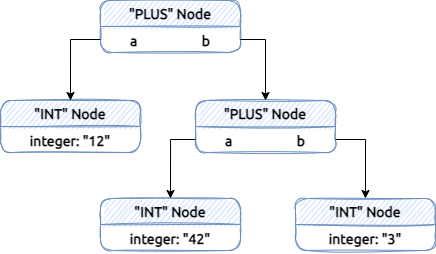
Earlier version of the draw.io export doc/overrides/assets/images/ast-1.png (strblr/pegase). Source tidied: cells renumbered, new cells last; positions are measured from the earlier drawing's top-left corner, leaving out a move shared by most shapes. Its diagram source:
```xml
<mxGraphModel>
  <root>
    <mxCell id="0" />
    <mxCell id="1" parent="0" />
    <mxCell id="2" value="&quot;PLUS&quot; Node" style="swimlane;fontStyle=1;horizontal=1;startSize=26;fillColor=#dae8fc;strokeColor=#6c8ebf;sketch=1;rounded=1;fontFamily=Ubuntu;fontSource=https%3A%2F%2Ffonts.googleapis.com%2Fcss%3Ffamily%3DUbuntu;fontSize=14;align=center;glass=0;" parent="1" vertex="1">
      <mxGeometry x="100" width="140" height="52" as="geometry" />
    </mxCell>
    <mxCell id="3" value="a                    b" style="text;strokeColor=none;fillColor=none;align=center;verticalAlign=top;spacingLeft=4;spacingRight=4;overflow=hidden;points=[[0,0.5],[1,0.5]];portConstraint=eastwest;fontFamily=Ubuntu;fontSource=https%3A%2F%2Ffonts.googleapis.com%2Fcss%3Ffamily%3DUbuntu;fontSize=14;fontStyle=1;" parent="2" vertex="1">
      <mxGeometry y="26" width="140" height="26" as="geometry" />
    </mxCell>
    <mxCell id="4" value="&quot;INT&quot; Node" style="swimlane;fontStyle=1;horizontal=1;startSize=26;fillColor=#dae8fc;strokeColor=#6c8ebf;sketch=1;rounded=1;fontFamily=Ubuntu;fontSource=https%3A%2F%2Ffonts.googleapis.com%2Fcss%3Ffamily%3DUbuntu;fontSize=14;align=center;" parent="1" vertex="1">
      <mxGeometry y="100" width="140" height="52" as="geometry" />
    </mxCell>
    <mxCell id="5" value="integer: &quot;12&quot;" style="text;strokeColor=none;fillColor=none;align=center;verticalAlign=top;spacingLeft=4;spacingRight=4;overflow=hidden;fontFamily=Ubuntu;fontSource=https%3A%2F%2Ffonts.googleapis.com%2Fcss%3Ffamily%3DUbuntu;fontSize=14;fontStyle=1;" parent="4" vertex="1">
      <mxGeometry y="26" width="140" height="26" as="geometry" />
    </mxCell>
    <mxCell id="6" value="&quot;INT&quot; Node" style="swimlane;fontStyle=1;horizontal=1;startSize=26;fillColor=#dae8fc;strokeColor=#6c8ebf;sketch=1;rounded=1;fontFamily=Ubuntu;fontSource=https%3A%2F%2Ffonts.googleapis.com%2Fcss%3Ffamily%3DUbuntu;fontSize=14;align=center;" parent="1" vertex="1">
      <mxGeometry x="100" y="198" width="140" height="52" as="geometry" />
    </mxCell>
    <mxCell id="7" value="integer: &quot;42&quot;" style="text;strokeColor=none;fillColor=none;align=center;verticalAlign=top;spacingLeft=4;spacingRight=4;overflow=hidden;fontFamily=Ubuntu;fontSource=https%3A%2F%2Ffonts.googleapis.com%2Fcss%3Ffamily%3DUbuntu;fontSize=14;fontStyle=1;" parent="6" vertex="1">
      <mxGeometry y="26" width="140" height="26" as="geometry" />
    </mxCell>
    <mxCell id="8" value="&quot;INT&quot; Node" style="swimlane;fontStyle=1;horizontal=1;startSize=26;fillColor=#dae8fc;strokeColor=#6c8ebf;sketch=1;rounded=1;fontFamily=Ubuntu;fontSource=https%3A%2F%2Ffonts.googleapis.com%2Fcss%3Ffamily%3DUbuntu;fontSize=14;align=center;" parent="1" vertex="1">
      <mxGeometry x="295" y="198" width="140" height="52" as="geometry" />
    </mxCell>
    <mxCell id="9" value="integer: &quot;3&quot;" style="text;strokeColor=none;fillColor=none;align=center;verticalAlign=top;spacingLeft=4;spacingRight=4;overflow=hidden;fontFamily=Ubuntu;fontSource=https%3A%2F%2Ffonts.googleapis.com%2Fcss%3Ffamily%3DUbuntu;fontSize=14;fontStyle=1;" parent="8" vertex="1">
      <mxGeometry y="26" width="140" height="26" as="geometry" />
    </mxCell>
    <mxCell id="10" value="&quot;PLUS&quot; Node" style="swimlane;fontStyle=1;horizontal=1;startSize=26;fillColor=#dae8fc;strokeColor=#6c8ebf;sketch=1;rounded=1;fontFamily=Ubuntu;fontSource=https%3A%2F%2Ffonts.googleapis.com%2Fcss%3Ffamily%3DUbuntu;fontSize=14;align=center;glass=0;" parent="1" vertex="1">
      <mxGeometry x="195" y="100" width="140" height="52" as="geometry" />
    </mxCell>
    <mxCell id="11" value="a                    b" style="text;strokeColor=none;fillColor=none;align=center;verticalAlign=top;spacingLeft=4;spacingRight=4;overflow=hidden;points=[[0,0.5],[1,0.5]];portConstraint=eastwest;fontFamily=Ubuntu;fontSource=https%3A%2F%2Ffonts.googleapis.com%2Fcss%3Ffamily%3DUbuntu;fontSize=14;fontStyle=1;" parent="10" vertex="1">
      <mxGeometry y="26" width="140" height="26" as="geometry" />
    </mxCell>
    <mxCell id="12" style="edgeStyle=orthogonalEdgeStyle;rounded=0;jettySize=auto;html=1;exitX=0;exitY=0.5;exitDx=0;exitDy=0;entryX=0.5;entryY=0;entryDx=0;entryDy=0;fontFamily=Ubuntu;fontSource=https%3A%2F%2Ffonts.googleapis.com%2Fcss%3Ffamily%3DUbuntu;fontSize=14;align=center;" parent="1" edge="1" source="3" target="4">
      <mxGeometry relative="1" as="geometry" />
    </mxCell>
    <mxCell id="13" style="edgeStyle=orthogonalEdgeStyle;rounded=0;jettySize=auto;html=1;exitX=1;exitY=0.5;exitDx=0;exitDy=0;entryX=0.5;entryY=0;entryDx=0;entryDy=0;fontFamily=Ubuntu;fontSource=https%3A%2F%2Ffonts.googleapis.com%2Fcss%3Ffamily%3DUbuntu;fontSize=14;align=center;" parent="1" edge="1" source="3" target="10">
      <mxGeometry relative="1" as="geometry" />
    </mxCell>
    <mxCell id="14" style="edgeStyle=orthogonalEdgeStyle;rounded=0;jettySize=auto;html=1;exitX=0;exitY=0.5;exitDx=0;exitDy=0;entryX=0.5;entryY=0;entryDx=0;entryDy=0;fontFamily=Ubuntu;fontSource=https%3A%2F%2Ffonts.googleapis.com%2Fcss%3Ffamily%3DUbuntu;fontSize=14;align=center;" parent="1" edge="1" source="11" target="6">
      <mxGeometry relative="1" as="geometry" />
    </mxCell>
    <mxCell id="15" style="edgeStyle=orthogonalEdgeStyle;rounded=0;jettySize=auto;html=1;exitX=1;exitY=0.5;exitDx=0;exitDy=0;entryX=0.5;entryY=0;entryDx=0;entryDy=0;fontFamily=Ubuntu;fontSource=https%3A%2F%2Ffonts.googleapis.com%2Fcss%3Ffamily%3DUbuntu;fontSize=14;align=center;" parent="1" edge="1" source="11" target="8">
      <mxGeometry relative="1" as="geometry" />
    </mxCell>
  </root>
</mxGraphModel>
```
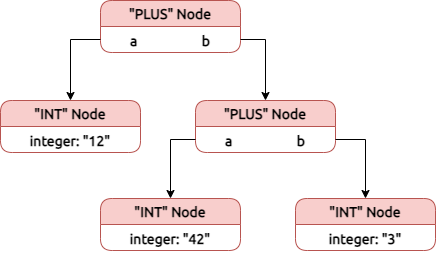
The same file after the commit.

What changed in the source:
```diff
@@ -2,46 +2,46 @@
   <root>
     <mxCell id="0" />
     <mxCell id="1" parent="0" />
-    <mxCell id="2" value="&quot;PLUS&quot; Node" style="swimlane;fontStyle=1;horizontal=1;startSize=26;fillColor=#dae8fc;strokeColor=#6c8ebf;sketch=1;rounded=1;fontFamily=Ubuntu;fontSource=https%3A%2F%2Ffonts.googleapis.com%2Fcss%3Ffamily%3DUbuntu;fontSize=14;align=center;glass=0;" parent="1" vertex="1">
+    <mxCell id="2" value="&quot;PLUS&quot; Node" style="swimlane;fontStyle=1;horizontal=1;startSize=26;fillColor=#f8cecc;strokeColor=#b85450;sketch=0;rounded=1;fontFamily=Ubuntu;fontSource=https%3A%2F%2Ffonts.googleapis.com%2Fcss%3Ffamily%3DUbuntu;fontSize=14;align=center;glass=0;" parent="1" vertex="1">
       <mxGeometry x="100" width="140" height="52" as="geometry" />
     </mxCell>
-    <mxCell id="3" value="a                    b" style="text;strokeColor=none;fillColor=none;align=center;verticalAlign=top;spacingLeft=4;spacingRight=4;overflow=hidden;points=[[0,0.5],[1,0.5]];portConstraint=eastwest;fontFamily=Ubuntu;fontSource=https%3A%2F%2Ffonts.googleapis.com%2Fcss%3Ffamily%3DUbuntu;fontSize=14;fontStyle=1;" parent="2" vertex="1">
+    <mxCell id="3" value="a                    b" style="text;strokeColor=none;fillColor=none;align=center;verticalAlign=top;spacingLeft=4;spacingRight=4;overflow=hidden;points=[[0,0.5],[1,0.5]];portConstraint=eastwest;fontFamily=Ubuntu;fontSource=https%3A%2F%2Ffonts.googleapis.com%2Fcss%3Ffamily%3DUbuntu;fontSize=14;fontStyle=1;sketch=0;" parent="2" vertex="1">
       <mxGeometry y="26" width="140" height="26" as="geometry" />
     </mxCell>
-    <mxCell id="4" value="&quot;INT&quot; Node" style="swimlane;fontStyle=1;horizontal=1;startSize=26;fillColor=#dae8fc;strokeColor=#6c8ebf;sketch=1;rounded=1;fontFamily=Ubuntu;fontSource=https%3A%2F%2Ffonts.googleapis.com%2Fcss%3Ffamily%3DUbuntu;fontSize=14;align=center;" parent="1" vertex="1">
+    <mxCell id="4" value="&quot;INT&quot; Node" style="swimlane;fontStyle=1;horizontal=1;startSize=26;fillColor=#f8cecc;strokeColor=#b85450;sketch=0;rounded=1;fontFamily=Ubuntu;fontSource=https%3A%2F%2Ffonts.googleapis.com%2Fcss%3Ffamily%3DUbuntu;fontSize=14;align=center;" parent="1" vertex="1">
       <mxGeometry y="100" width="140" height="52" as="geometry" />
     </mxCell>
-    <mxCell id="5" value="integer: &quot;12&quot;" style="text;strokeColor=none;fillColor=none;align=center;verticalAlign=top;spacingLeft=4;spacingRight=4;overflow=hidden;fontFamily=Ubuntu;fontSource=https%3A%2F%2Ffonts.googleapis.com%2Fcss%3Ffamily%3DUbuntu;fontSize=14;fontStyle=1;" parent="4" vertex="1">
+    <mxCell id="5" value="integer: &quot;12&quot;" style="text;strokeColor=none;fillColor=none;align=center;verticalAlign=top;spacingLeft=4;spacingRight=4;overflow=hidden;fontFamily=Ubuntu;fontSource=https%3A%2F%2Ffonts.googleapis.com%2Fcss%3Ffamily%3DUbuntu;fontSize=14;fontStyle=1;sketch=0;" parent="4" vertex="1">
       <mxGeometry y="26" width="140" height="26" as="geometry" />
     </mxCell>
-    <mxCell id="6" value="&quot;INT&quot; Node" style="swimlane;fontStyle=1;horizontal=1;startSize=26;fillColor=#dae8fc;strokeColor=#6c8ebf;sketch=1;rounded=1;fontFamily=Ubuntu;fontSource=https%3A%2F%2Ffonts.googleapis.com%2Fcss%3Ffamily%3DUbuntu;fontSize=14;align=center;" parent="1" vertex="1">
+    <mxCell id="6" value="&quot;INT&quot; Node" style="swimlane;fontStyle=1;horizontal=1;startSize=26;fillColor=#f8cecc;strokeColor=#b85450;sketch=0;rounded=1;fontFamily=Ubuntu;fontSource=https%3A%2F%2Ffonts.googleapis.com%2Fcss%3Ffamily%3DUbuntu;fontSize=14;align=center;" parent="1" vertex="1">
       <mxGeometry x="100" y="198" width="140" height="52" as="geometry" />
     </mxCell>
-    <mxCell id="7" value="integer: &quot;42&quot;" style="text;strokeColor=none;fillColor=none;align=center;verticalAlign=top;spacingLeft=4;spacingRight=4;overflow=hidden;fontFamily=Ubuntu;fontSource=https%3A%2F%2Ffonts.googleapis.com%2Fcss%3Ffamily%3DUbuntu;fontSize=14;fontStyle=1;" parent="6" vertex="1">
+    <mxCell id="7" value="integer: &quot;42&quot;" style="text;strokeColor=none;fillColor=none;align=center;verticalAlign=top;spacingLeft=4;spacingRight=4;overflow=hidden;fontFamily=Ubuntu;fontSource=https%3A%2F%2Ffonts.googleapis.com%2Fcss%3Ffamily%3DUbuntu;fontSize=14;fontStyle=1;sketch=0;" parent="6" vertex="1">
       <mxGeometry y="26" width="140" height="26" as="geometry" />
     </mxCell>
-    <mxCell id="8" value="&quot;INT&quot; Node" style="swimlane;fontStyle=1;horizontal=1;startSize=26;fillColor=#dae8fc;strokeColor=#6c8ebf;sketch=1;rounded=1;fontFamily=Ubuntu;fontSource=https%3A%2F%2Ffonts.googleapis.com%2Fcss%3Ffamily%3DUbuntu;fontSize=14;align=center;" parent="1" vertex="1">
+    <mxCell id="8" value="&quot;INT&quot; Node" style="swimlane;fontStyle=1;horizontal=1;startSize=26;fillColor=#f8cecc;strokeColor=#b85450;sketch=0;rounded=1;fontFamily=Ubuntu;fontSource=https%3A%2F%2Ffonts.googleapis.com%2Fcss%3Ffamily%3DUbuntu;fontSize=14;align=center;" parent="1" vertex="1">
       <mxGeometry x="295" y="198" width="140" height="52" as="geometry" />
     </mxCell>
-    <mxCell id="9" value="integer: &quot;3&quot;" style="text;strokeColor=none;fillColor=none;align=center;verticalAlign=top;spacingLeft=4;spacingRight=4;overflow=hidden;fontFamily=Ubuntu;fontSource=https%3A%2F%2Ffonts.googleapis.com%2Fcss%3Ffamily%3DUbuntu;fontSize=14;fontStyle=1;" parent="8" vertex="1">
+    <mxCell id="9" value="integer: &quot;3&quot;" style="text;strokeColor=none;fillColor=none;align=center;verticalAlign=top;spacingLeft=4;spacingRight=4;overflow=hidden;fontFamily=Ubuntu;fontSource=https%3A%2F%2Ffonts.googleapis.com%2Fcss%3Ffamily%3DUbuntu;fontSize=14;fontStyle=1;sketch=0;" parent="8" vertex="1">
       <mxGeometry y="26" width="140" height="26" as="geometry" />
     </mxCell>
-    <mxCell id="10" value="&quot;PLUS&quot; Node" style="swimlane;fontStyle=1;horizontal=1;startSize=26;fillColor=#dae8fc;strokeColor=#6c8ebf;sketch=1;rounded=1;fontFamily=Ubuntu;fontSource=https%3A%2F%2Ffonts.googleapis.com%2Fcss%3Ffamily%3DUbuntu;fontSize=14;align=center;glass=0;" parent="1" vertex="1">
+    <mxCell id="10" value="&quot;PLUS&quot; Node" style="swimlane;fontStyle=1;horizontal=1;startSize=26;fillColor=#f8cecc;strokeColor=#b85450;sketch=0;rounded=1;fontFamily=Ubuntu;fontSource=https%3A%2F%2Ffonts.googleapis.com%2Fcss%3Ffamily%3DUbuntu;fontSize=14;align=center;glass=0;" parent="1" vertex="1">
       <mxGeometry x="195" y="100" width="140" height="52" as="geometry" />
     </mxCell>
-    <mxCell id="11" value="a                    b" style="text;strokeColor=none;fillColor=none;align=center;verticalAlign=top;spacingLeft=4;spacingRight=4;overflow=hidden;points=[[0,0.5],[1,0.5]];portConstraint=eastwest;fontFamily=Ubuntu;fontSource=https%3A%2F%2Ffonts.googleapis.com%2Fcss%3Ffamily%3DUbuntu;fontSize=14;fontStyle=1;" parent="10" vertex="1">
+    <mxCell id="11" value="a                    b" style="text;strokeColor=none;fillColor=none;align=center;verticalAlign=top;spacingLeft=4;spacingRight=4;overflow=hidden;points=[[0,0.5],[1,0.5]];portConstraint=eastwest;fontFamily=Ubuntu;fontSource=https%3A%2F%2Ffonts.googleapis.com%2Fcss%3Ffamily%3DUbuntu;fontSize=14;fontStyle=1;sketch=0;" parent="10" vertex="1">
       <mxGeometry y="26" width="140" height="26" as="geometry" />
     </mxCell>
-    <mxCell id="12" style="edgeStyle=orthogonalEdgeStyle;rounded=0;jettySize=auto;html=1;exitX=0;exitY=0.5;exitDx=0;exitDy=0;entryX=0.5;entryY=0;entryDx=0;entryDy=0;fontFamily=Ubuntu;fontSource=https%3A%2F%2Ffonts.googleapis.com%2Fcss%3Ffamily%3DUbuntu;fontSize=14;align=center;" parent="1" edge="1" source="3" target="4">
+    <mxCell id="12" style="edgeStyle=orthogonalEdgeStyle;rounded=0;jettySize=auto;html=1;exitX=0;exitY=0.5;exitDx=0;exitDy=0;entryX=0.5;entryY=0;entryDx=0;entryDy=0;fontFamily=Ubuntu;fontSource=https%3A%2F%2Ffonts.googleapis.com%2Fcss%3Ffamily%3DUbuntu;fontSize=14;align=center;sketch=0;" parent="1" edge="1" source="3" target="4">
       <mxGeometry relative="1" as="geometry" />
     </mxCell>
-    <mxCell id="13" style="edgeStyle=orthogonalEdgeStyle;rounded=0;jettySize=auto;html=1;exitX=1;exitY=0.5;exitDx=0;exitDy=0;entryX=0.5;entryY=0;entryDx=0;entryDy=0;fontFamily=Ubuntu;fontSource=https%3A%2F%2Ffonts.googleapis.com%2Fcss%3Ffamily%3DUbuntu;fontSize=14;align=center;" parent="1" edge="1" source="3" target="10">
+    <mxCell id="13" style="edgeStyle=orthogonalEdgeStyle;rounded=0;jettySize=auto;html=1;exitX=1;exitY=0.5;exitDx=0;exitDy=0;entryX=0.5;entryY=0;entryDx=0;entryDy=0;fontFamily=Ubuntu;fontSource=https%3A%2F%2Ffonts.googleapis.com%2Fcss%3Ffamily%3DUbuntu;fontSize=14;align=center;sketch=0;" parent="1" edge="1" source="3" target="10">
       <mxGeometry relative="1" as="geometry" />
     </mxCell>
-    <mxCell id="14" style="edgeStyle=orthogonalEdgeStyle;rounded=0;jettySize=auto;html=1;exitX=0;exitY=0.5;exitDx=0;exitDy=0;entryX=0.5;entryY=0;entryDx=0;entryDy=0;fontFamily=Ubuntu;fontSource=https%3A%2F%2Ffonts.googleapis.com%2Fcss%3Ffamily%3DUbuntu;fontSize=14;align=center;" parent="1" edge="1" source="11" target="6">
+    <mxCell id="14" style="edgeStyle=orthogonalEdgeStyle;rounded=0;jettySize=auto;html=1;exitX=0;exitY=0.5;exitDx=0;exitDy=0;entryX=0.5;entryY=0;entryDx=0;entryDy=0;fontFamily=Ubuntu;fontSource=https%3A%2F%2Ffonts.googleapis.com%2Fcss%3Ffamily%3DUbuntu;fontSize=14;align=center;sketch=0;" parent="1" edge="1" source="11" target="6">
       <mxGeometry relative="1" as="geometry" />
     </mxCell>
-    <mxCell id="15" style="edgeStyle=orthogonalEdgeStyle;rounded=0;jettySize=auto;html=1;exitX=1;exitY=0.5;exitDx=0;exitDy=0;entryX=0.5;entryY=0;entryDx=0;entryDy=0;fontFamily=Ubuntu;fontSource=https%3A%2F%2Ffonts.googleapis.com%2Fcss%3Ffamily%3DUbuntu;fontSize=14;align=center;" parent="1" edge="1" source="11" target="8">
+    <mxCell id="15" style="edgeStyle=orthogonalEdgeStyle;rounded=0;jettySize=auto;html=1;exitX=1;exitY=0.5;exitDx=0;exitDy=0;entryX=0.5;entryY=0;entryDx=0;entryDy=0;fontFamily=Ubuntu;fontSource=https%3A%2F%2Ffonts.googleapis.com%2Fcss%3Ffamily%3DUbuntu;fontSize=14;align=center;sketch=0;" parent="1" edge="1" source="11" target="8">
       <mxGeometry relative="1" as="geometry" />
     </mxCell>
   </root>
```
